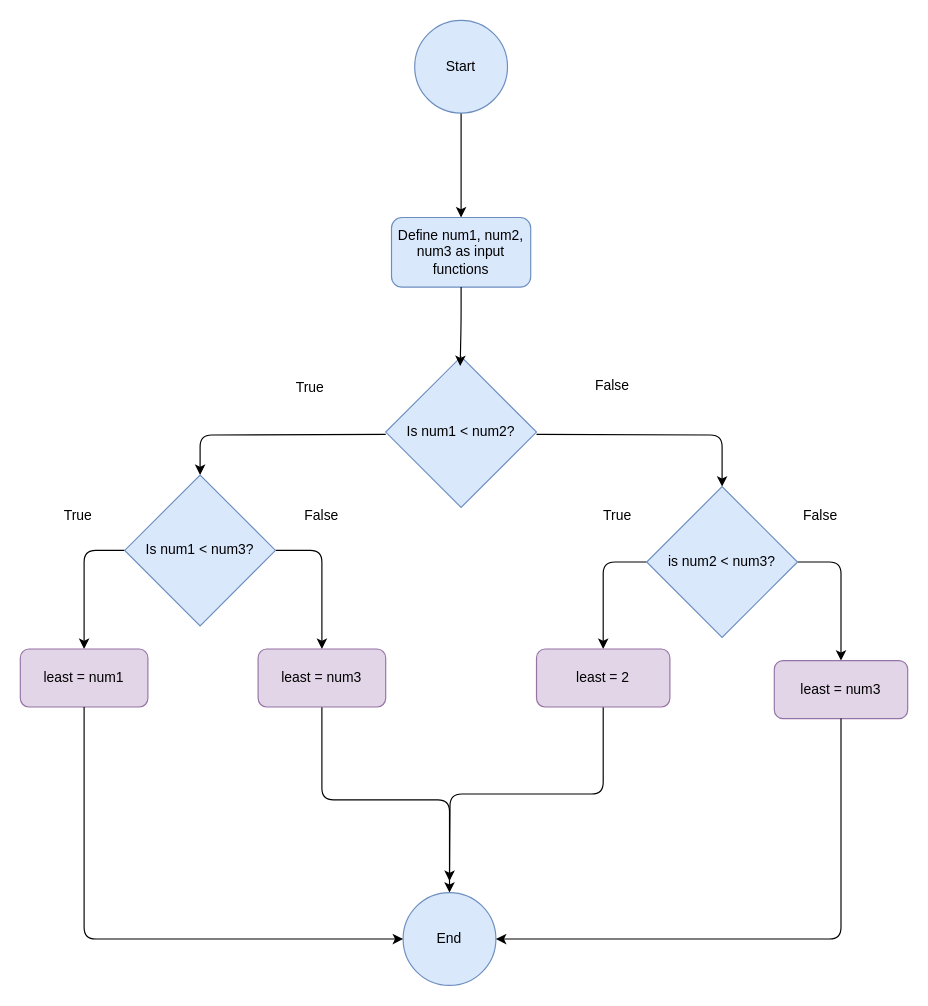
This is Algorithmn Development 3-1.drawio from AlexanderNg26/COMSC140, a draw.io file, before an edit. Source tidied: cells renumbered, new cells numbered last; positions are measured from the earlier drawing's top-left corner, leaving out a move shared by most shapes. Both pictures are drawn from the tidied source at 116%, with x=0, y=0 at pixel (20, 20).
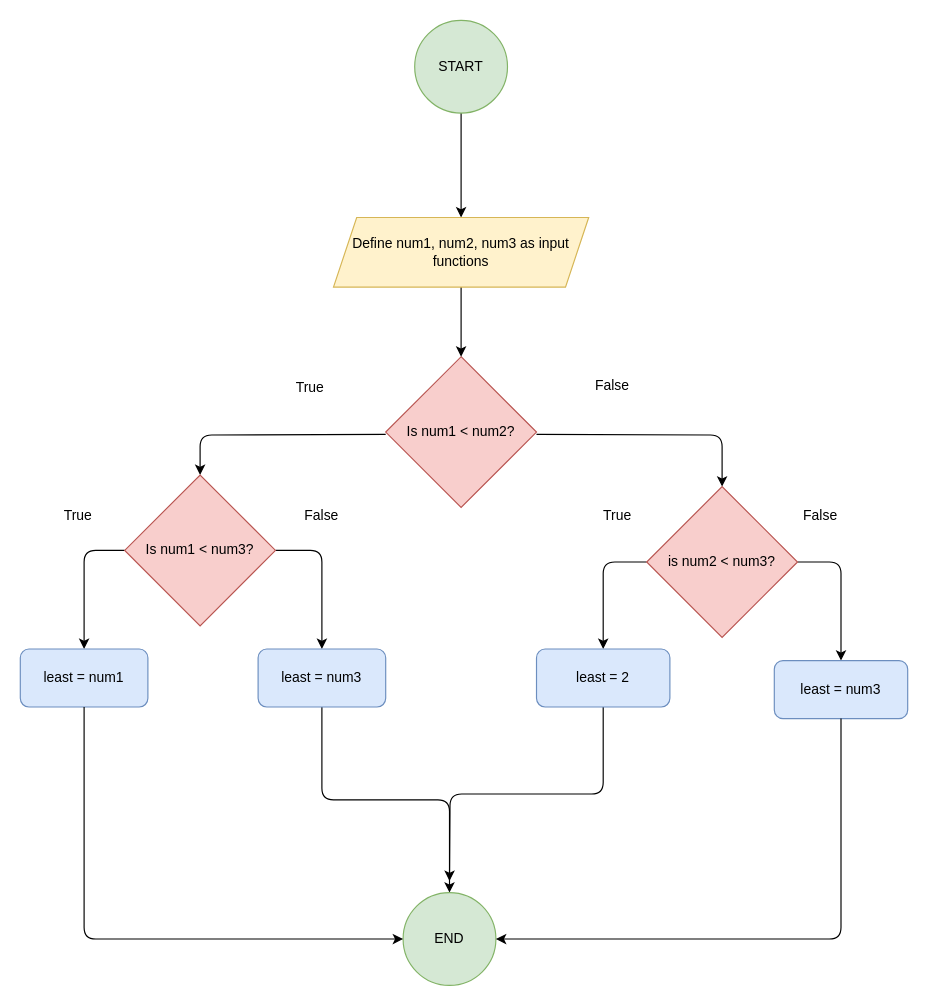
Above is the later version.

Commit message:
Algorithm Development 3-1 Find the least number flowchart color correction

Diff of the diagram source:
```diff
@@
-    <mxCell id="2" style="edgeStyle=none;html=1;exitX=0.5;exitY=1;exitDx=0;exitDy=0;entryX=0.5;entryY=0;entryDx=0;entryDy=0;" parent="1" edge="1" source="3" target="28">
-      <mxGeometry relative="1" as="geometry" />
+    <mxCell id="2" style="edgeStyle=none;html=1;exitX=0.5;exitY=1;exitDx=0;exitDy=0;entryX=0.5;entryY=0;entryDx=0;entryDy=0;" parent="1" edge="1" source="3">
+      <mxGeometry relative="1" as="geometry">
+        <mxPoint x="380" y="170" as="targetPoint" />
+      </mxGeometry>
     </mxCell>
-    <mxCell id="3" value="Start" style="ellipse;whiteSpace=wrap;html=1;fillColor=#dae8fc;strokeColor=#6c8ebf;" parent="1" vertex="1">
+    <mxCell id="3" value="START" style="ellipse;whiteSpace=wrap;html=1;fillColor=#d5e8d4;strokeColor=#82b366;" parent="1" vertex="1">
       <mxGeometry x="340" width="80" height="80" as="geometry" />
     </mxCell>
@@
-    <mxCell id="6" value="Is num1 &amp;lt; num2?" style="rhombus;whiteSpace=wrap;html=1;fillColor=#dae8fc;strokeColor=#6c8ebf;" parent="1" vertex="1">
+    <mxCell id="6" value="Is num1 &amp;lt; num2?" style="rhombus;whiteSpace=wrap;html=1;fillColor=#f8cecc;strokeColor=#b85450;" parent="1" vertex="1">
       <mxGeometry x="315" y="290" width="130" height="130" as="geometry" />
     </mxCell>
@@
-    <mxCell id="9" value="Is num1 &amp;lt; num3?" style="rhombus;whiteSpace=wrap;html=1;direction=south;fillColor=#dae8fc;strokeColor=#6c8ebf;" parent="1" vertex="1">
+    <mxCell id="9" value="Is num1 &amp;lt; num3?" style="rhombus;whiteSpace=wrap;html=1;direction=south;fillColor=#f8cecc;strokeColor=#b85450;" parent="1" vertex="1">
       <mxGeometry x="90" y="392" width="130" height="130" as="geometry" />
     </mxCell>
@@
-    <mxCell id="12" value="is num2 &amp;lt; num3?" style="rhombus;whiteSpace=wrap;html=1;direction=south;fillColor=#dae8fc;strokeColor=#6c8ebf;" parent="1" vertex="1">
+    <mxCell id="12" value="is num2 &amp;lt; num3?" style="rhombus;whiteSpace=wrap;html=1;direction=south;fillColor=#f8cecc;strokeColor=#b85450;" parent="1" vertex="1">
       <mxGeometry x="540" y="402" width="130" height="130" as="geometry" />
     </mxCell>
-    <mxCell id="13" value="least = num1" style="rounded=1;whiteSpace=wrap;html=1;fillColor=#e1d5e7;strokeColor=#9673a6;" parent="1" vertex="1">
+    <mxCell id="13" value="least = num1" style="rounded=1;whiteSpace=wrap;html=1;fillColor=#dae8fc;strokeColor=#6c8ebf;" parent="1" vertex="1">
       <mxGeometry y="542" width="110" height="50" as="geometry" />
     </mxCell>
@@
-    <mxCell id="15" value="least = num3" style="rounded=1;whiteSpace=wrap;html=1;fillColor=#e1d5e7;strokeColor=#9673a6;" parent="1" vertex="1">
+    <mxCell id="15" value="least = num3" style="rounded=1;whiteSpace=wrap;html=1;fillColor=#dae8fc;strokeColor=#6c8ebf;" parent="1" vertex="1">
       <mxGeometry x="205" y="542" width="110" height="50" as="geometry" />
     </mxCell>
@@
-    <mxCell id="17" value="least = 2" style="rounded=1;whiteSpace=wrap;html=1;fillColor=#e1d5e7;strokeColor=#9673a6;" parent="1" vertex="1">
+    <mxCell id="17" value="least = 2" style="rounded=1;whiteSpace=wrap;html=1;fillColor=#dae8fc;strokeColor=#6c8ebf;" parent="1" vertex="1">
       <mxGeometry x="445" y="542" width="115" height="50" as="geometry" />
     </mxCell>
-    <mxCell id="18" value="least = num3" style="rounded=1;whiteSpace=wrap;html=1;fillColor=#e1d5e7;strokeColor=#9673a6;" parent="1" vertex="1">
+    <mxCell id="18" value="least = num3" style="rounded=1;whiteSpace=wrap;html=1;fillColor=#dae8fc;strokeColor=#6c8ebf;" parent="1" vertex="1">
       <mxGeometry x="650" y="552" width="115" height="50" as="geometry" />
     </mxCell>
-    <mxCell id="19" value="End" style="ellipse;whiteSpace=wrap;html=1;fillColor=#dae8fc;strokeColor=#6c8ebf;" parent="1" vertex="1">
+    <mxCell id="19" value="END" style="ellipse;whiteSpace=wrap;html=1;fillColor=#d5e8d4;strokeColor=#82b366;" parent="1" vertex="1">
       <mxGeometry x="330" y="752" width="80" height="80" as="geometry" />
     </mxCell>
@@
+    <mxCell id="29" style="edgeStyle=none;html=1;exitX=0.5;exitY=1;exitDx=0;exitDy=0;" parent="1" edge="1" source="28" target="6">
+      <mxGeometry relative="1" as="geometry" />
+    </mxCell>
-    <mxCell id="28" value="Define num1, num2, num3 as input functions" style="rounded=1;whiteSpace=wrap;html=1;fillColor=#dae8fc;strokeColor=#6c8ebf;" parent="1" vertex="1">
-      <mxGeometry x="320" y="170" width="120" height="60" as="geometry" />
+    <mxCell id="28" value="&lt;span style=&quot;color: rgb(0, 0, 0);&quot;&gt;Define num1, num2, num3 as input functions&lt;/span&gt;" style="shape=parallelogram;perimeter=parallelogramPerimeter;whiteSpace=wrap;html=1;fixedSize=1;fillColor=#fff2cc;strokeColor=#d6b656;" parent="1" vertex="1">
+      <mxGeometry x="270" y="170" width="220" height="60" as="geometry" />
     </mxCell>
-    <mxCell id="29" style="edgeStyle=orthogonalEdgeStyle;html=1;exitX=0.5;exitY=1;exitDx=0;exitDy=0;entryX=0.494;entryY=0.062;entryDx=0;entryDy=0;entryPerimeter=0;" parent="1" edge="1" source="28" target="6">
-      <mxGeometry relative="1" as="geometry" />
-    </mxCell>
```
